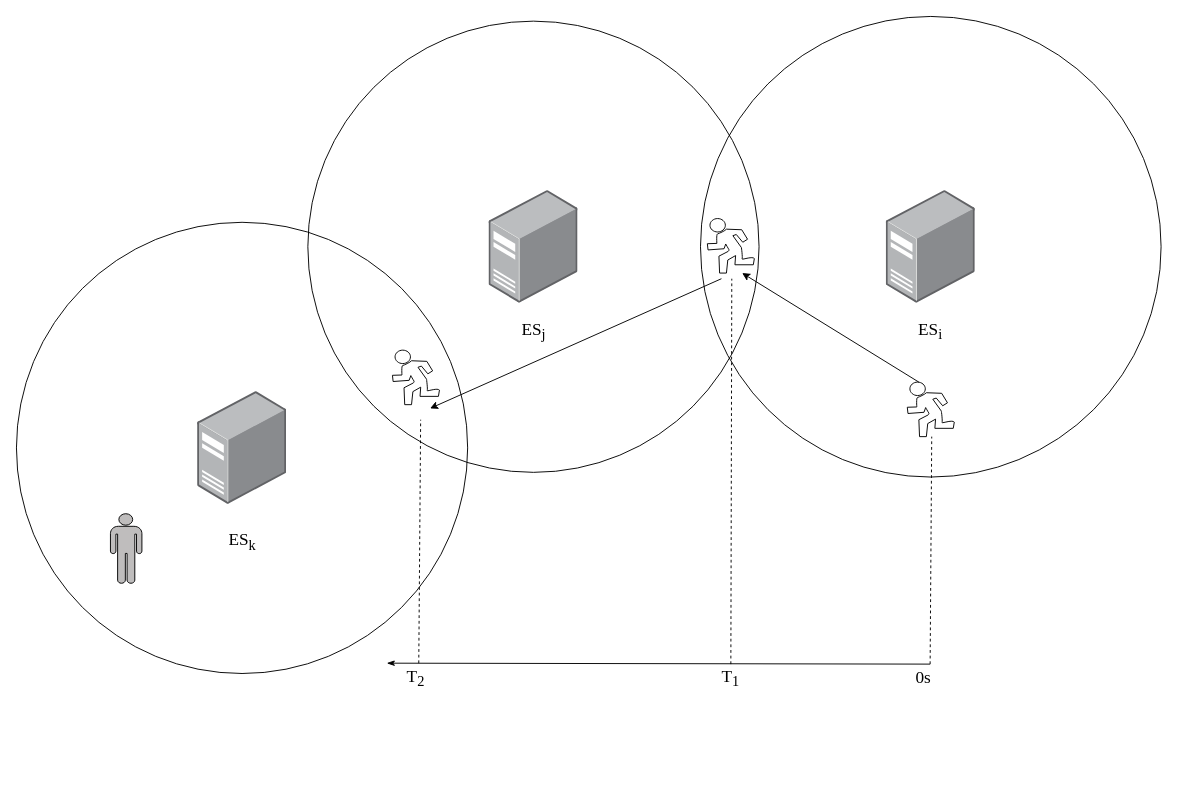
DCLe-DA/Learning-DL-by-Hand keeps this draw.io diagram as Mobility.drawio. Above is the earlier version. Source tidied: cells renumbered, new cells numbered last; positions are measured from the earlier drawing's top-left corner, leaving out a move shared by most shapes. Both pictures are drawn from the tidied source at 94%, with x=0, y=0 at pixel (16, 16).
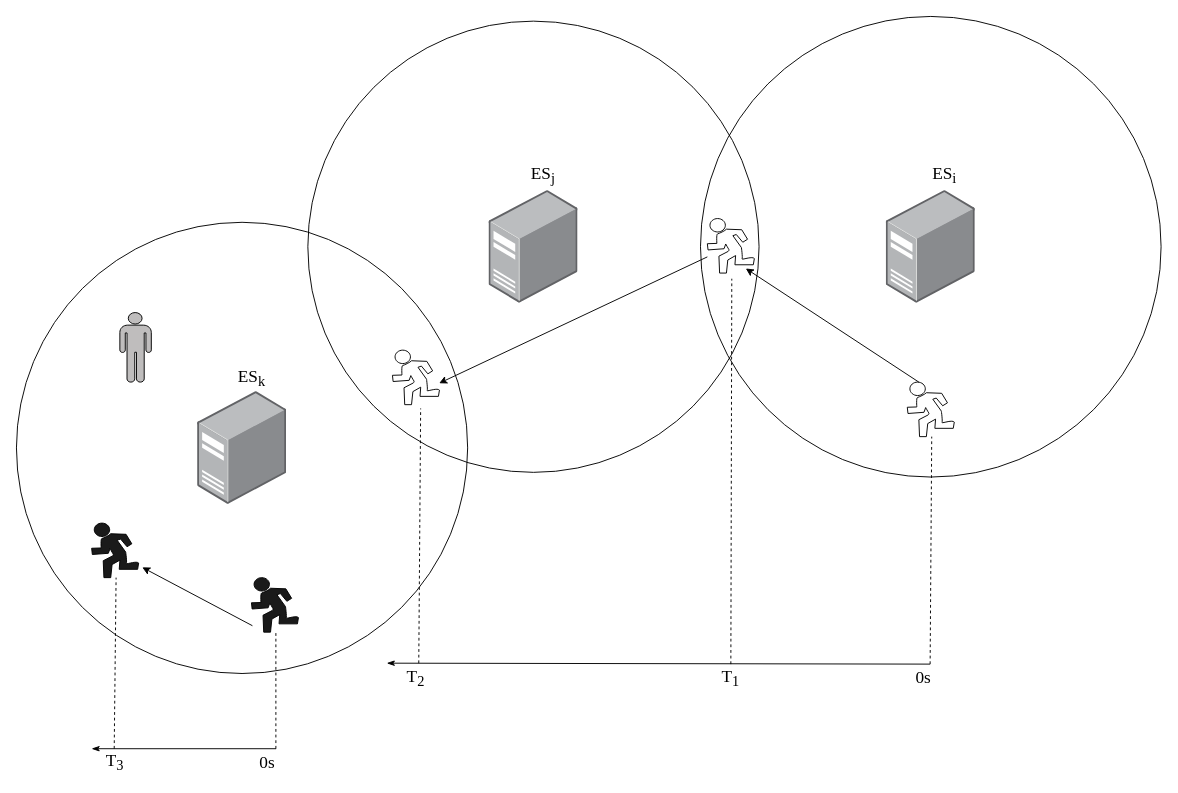
The same page after the edit.

Unchanged cells that the change refers to:
```xml
<mxCell id="8" style="shape=mxgraph.signs.sports.running;html=1;fillColor=none;strokeColor=#000000;verticalLabelPosition=bottom;verticalAlign=top;align=center;" parent="1" vertex="1">
  <mxGeometry x="400" y="355" width="50" height="58" as="geometry" />
</mxCell>
<mxCell id="9" style="shape=mxgraph.signs.sports.running;html=1;fillColor=none;strokeColor=#000000;verticalLabelPosition=bottom;verticalAlign=top;align=center;" parent="1" vertex="1">
  <mxGeometry x="735" y="215" width="50" height="58" as="geometry" />
</mxCell>
```

The edit, as a diff of the source:
```diff
@@
     <mxCell id="10" value="&lt;span style=&quot;font-size: 18.3333px;&quot;&gt;ES&lt;sub&gt;j&lt;/sub&gt;&lt;/span&gt;" style="text;strokeColor=none;align=center;fillColor=none;html=1;verticalAlign=middle;whiteSpace=wrap;rounded=0;fontFamily=Times New Roman;" parent="1" vertex="1">
-      <mxGeometry x="492.5" y="305" width="115" height="60" as="geometry" />
+      <mxGeometry x="502.7" y="139" width="115" height="60" as="geometry" />
     </mxCell>
     <mxCell id="11" value="&lt;span style=&quot;font-size: 18.3333px;&quot;&gt;ES&lt;sub&gt;i&lt;/sub&gt;&lt;/span&gt;" style="text;strokeColor=none;align=center;fillColor=none;html=1;verticalAlign=middle;whiteSpace=wrap;rounded=0;fontFamily=Times New Roman;" parent="1" vertex="1">
-      <mxGeometry x="915.2" y="305" width="115" height="60" as="geometry" />
+      <mxGeometry x="930" y="139" width="115" height="60" as="geometry" />
     </mxCell>
@@
     <mxCell id="13" value="&lt;span style=&quot;font-size: 18.3333px;&quot;&gt;ES&lt;sub&gt;k&lt;/sub&gt;&lt;/span&gt;" style="text;strokeColor=none;align=center;fillColor=none;html=1;verticalAlign=middle;whiteSpace=wrap;rounded=0;fontFamily=Times New Roman;" parent="1" vertex="1">
-      <mxGeometry x="182.5" y="529" width="115" height="60" as="geometry" />
+      <mxGeometry x="192.7" y="355" width="115" height="60" as="geometry" />
     </mxCell>
-    <mxCell id="14" style="endArrow=classic;html=1;rounded=0;entryX=0.74;entryY=1;entryDx=0;entryDy=0;entryPerimeter=0;" parent="1" edge="1" target="9">
+    <mxCell id="14" style="endArrow=classic;html=1;rounded=0;entryX=0.818;entryY=0.916;entryDx=0;entryDy=0;entryPerimeter=0;" parent="1" edge="1" target="9">
       <mxGeometry relative="1" as="geometry">
         <mxPoint x="960" y="389" as="sourcePoint" />
       </mxGeometry>
     </mxCell>
-    <mxCell id="15" style="endArrow=classic;html=1;rounded=0;entryX=0.8;entryY=1.069;entryDx=0;entryDy=0;entryPerimeter=0;" parent="1" edge="1" target="8">
-      <mxGeometry relative="1" as="geometry">
-        <mxPoint x="750" y="279" as="sourcePoint" />
-      </mxGeometry>
+    <mxCell id="15" style="endArrow=classic;html=1;rounded=0;entryX=0.994;entryY=0.607;entryDx=0;entryDy=0;entryPerimeter=0;" parent="1" edge="1" source="9" target="8">
+      <mxGeometry relative="1" as="geometry" />
     </mxCell>
     <mxCell id="16" style="shape=mxgraph.signs.people.man_1;html=1;fillColor=#BFBDBD;strokeColor=default;verticalLabelPosition=bottom;verticalAlign=top;align=center;sketch=0;" parent="1" vertex="1">
-      <mxGeometry x="100" y="529" width="33.5" height="74" as="geometry" />
+      <mxGeometry x="110" y="315" width="33.5" height="74" as="geometry" />
     </mxCell>
     <mxCell id="17" style="endArrow=none;dashed=1;html=1;rounded=0;" parent="1" edge="1">
       <mxGeometry relative="1" as="geometry">
         <mxPoint x="428" y="688" as="sourcePoint" />
-        <mxPoint x="430" y="429" as="targetPoint" />
+        <mxPoint x="430" y="417" as="targetPoint" />
       </mxGeometry>
     </mxCell>
@@
+    <mxCell id="24" style="shape=mxgraph.signs.sports.running;html=1;fillColor=#1A1A1A;strokeColor=#000000;verticalLabelPosition=bottom;verticalAlign=top;align=center;" parent="1" vertex="1">
+      <mxGeometry x="80" y="539" width="50" height="58" as="geometry" />
+    </mxCell>
+    <mxCell id="25" style="shape=mxgraph.signs.sports.running;html=1;fillColor=#1A1A1A;strokeColor=#000000;verticalLabelPosition=bottom;verticalAlign=top;align=center;" parent="1" vertex="1">
+      <mxGeometry x="250" y="597" width="50" height="58" as="geometry" />
+    </mxCell>
+    <mxCell id="26" style="endArrow=classic;html=1;rounded=0;entryX=1.077;entryY=0.812;entryDx=0;entryDy=0;entryPerimeter=0;exitX=0.021;exitY=0.882;exitDx=0;exitDy=0;exitPerimeter=0;" parent="1" edge="1" source="25" target="24">
+      <mxGeometry relative="1" as="geometry" />
+    </mxCell>
+    <mxCell id="27" style="endArrow=none;dashed=1;html=1;rounded=0;" parent="1" edge="1">
+      <mxGeometry relative="1" as="geometry">
+        <mxPoint x="104" y="779" as="sourcePoint" />
+        <mxPoint x="106" y="597" as="targetPoint" />
+      </mxGeometry>
+    </mxCell>
+    <mxCell id="28" style="endArrow=none;dashed=1;html=1;rounded=0;" parent="1" edge="1">
+      <mxGeometry relative="1" as="geometry">
+        <mxPoint x="276" y="779" as="sourcePoint" />
+        <mxPoint x="276" y="655" as="targetPoint" />
+      </mxGeometry>
+    </mxCell>
+    <mxCell id="29" style="endArrow=none;html=1;rounded=0;startArrow=classicThin;startFill=1;" parent="1" edge="1">
+      <mxGeometry relative="1" as="geometry">
+        <mxPoint x="80" y="779" as="sourcePoint" />
+        <mxPoint x="276.2" y="779" as="targetPoint" />
+      </mxGeometry>
+    </mxCell>
+    <mxCell id="30" value="&lt;span style=&quot;font-size: 18.3333px;&quot;&gt;0s&lt;/span&gt;" style="text;strokeColor=none;align=center;fillColor=none;html=1;verticalAlign=middle;whiteSpace=wrap;rounded=0;fontFamily=Times New Roman;" parent="1" vertex="1">
+      <mxGeometry x="247.3" y="779" width="40" height="30" as="geometry" />
+    </mxCell>
+    <mxCell id="31" value="&lt;span style=&quot;font-size: 18.3333px;&quot;&gt;T&lt;sub&gt;3&lt;/sub&gt;&lt;/span&gt;" style="text;strokeColor=none;align=center;fillColor=none;html=1;verticalAlign=middle;whiteSpace=wrap;rounded=0;fontFamily=Times New Roman;" parent="1" vertex="1">
+      <mxGeometry x="79.8" y="779" width="50.2" height="30" as="geometry" />
+    </mxCell>
```
